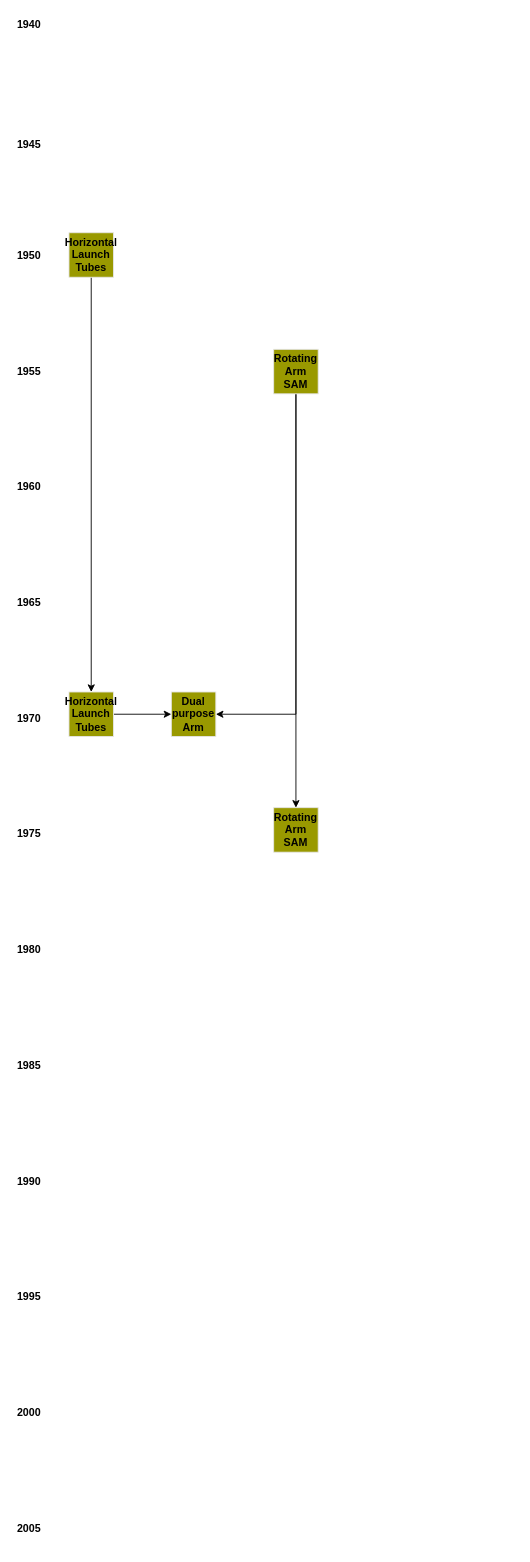
The draw.io diagram page "Page-7" (7 of 9) of CWIC Backup/Polarace Plans/MTG Naval Techs.drawio in swf541/ColdWarIronCurtain, before the edit. Source tidied: cells renumbered, new cells numbered last; positions are measured from the earlier drawing's top-left corner, leaving out a move shared by most shapes. Both pictures are drawn from the tidied source at 89%, with x=0, y=0 at pixel (15, 15).
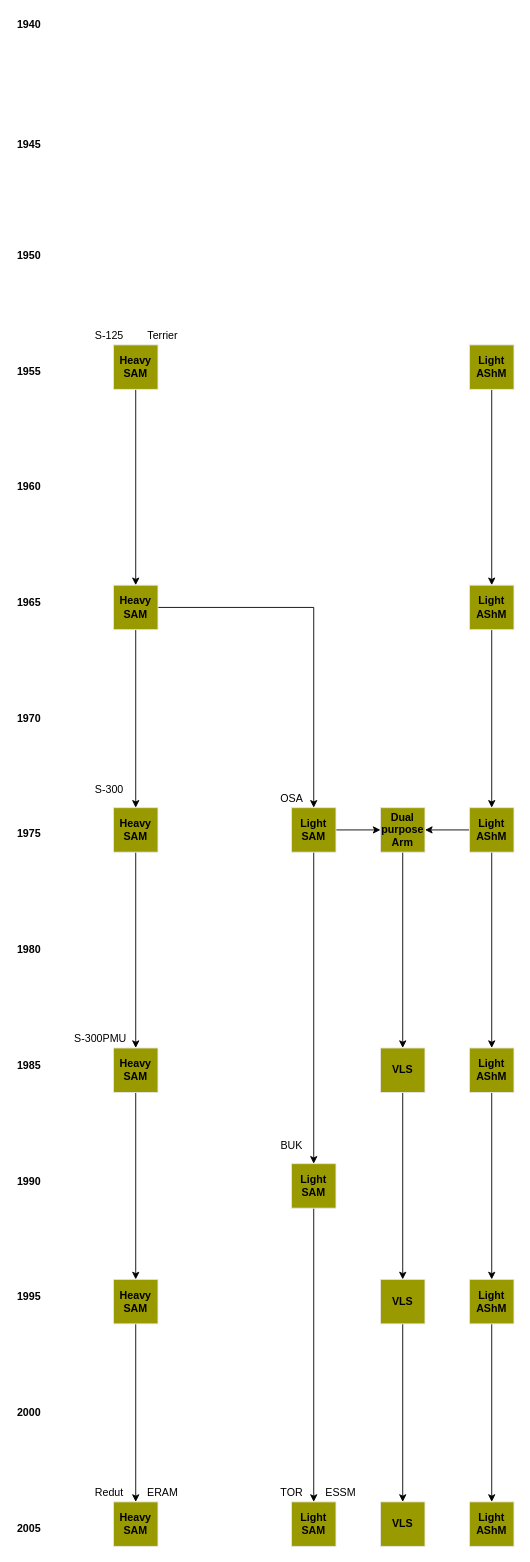
Above is the later version.

The edit, as a diff of the source:
```diff
@@
-    <mxCell id="2" style="edgeStyle=orthogonalEdgeStyle;rounded=0;jettySize=auto;html=1;" parent="1" edge="1" source="3" target="23">
-      <mxGeometry relative="1" as="geometry" />
-    </mxCell>
-    <mxCell id="3" value="Horizontal Launch Tubes" style="rounded=0;whiteSpace=wrap;html=1;strokeColor=#E6E6E6;fillColor=#999900;arcSize=6;fontStyle=1;" parent="1" vertex="1">
-      <mxGeometry x="60" y="244" width="50" height="50" as="geometry" />
-    </mxCell>
-    <mxCell id="4" style="edgeStyle=orthogonalEdgeStyle;rounded=0;jettySize=auto;html=1;entryX=1;entryY=0.5;entryDx=0;entryDy=0;exitX=0.5;exitY=1;exitDx=0;exitDy=0;" parent="1" edge="1" source="6" target="7">
-      <mxGeometry relative="1" as="geometry" />
-    </mxCell>
-    <mxCell id="5" style="edgeStyle=orthogonalEdgeStyle;rounded=0;jettySize=auto;html=1;" parent="1" edge="1" source="6" target="24">
-      <mxGeometry relative="1" as="geometry" />
-    </mxCell>
+    <mxCell id="25" style="edgeStyle=orthogonalEdgeStyle;rounded=0;jettySize=auto;html=1;" parent="1" edge="1" source="6" target="46">
+      <mxGeometry relative="1" as="geometry" />
+    </mxCell>
-    <mxCell id="6" value="Rotating Arm SAM" style="rounded=0;whiteSpace=wrap;html=1;strokeColor=#E6E6E6;fillColor=#999900;arcSize=6;fontStyle=1;" parent="1" vertex="1">
-      <mxGeometry x="290" y="375" width="50" height="50" as="geometry" />
+    <mxCell id="6" value="Heavy SAM" style="rounded=0;whiteSpace=wrap;html=1;strokeColor=#E6E6E6;fillColor=#999900;arcSize=6;fontStyle=1;" parent="1" vertex="1">
+      <mxGeometry x="110" y="370" width="50" height="50" as="geometry" />
     </mxCell>
+    <mxCell id="26" style="edgeStyle=orthogonalEdgeStyle;rounded=0;jettySize=auto;html=1;" parent="1" edge="1" source="7" target="37">
+      <mxGeometry relative="1" as="geometry" />
+    </mxCell>
     <mxCell id="7" value="Dual purpose Arm" style="rounded=0;whiteSpace=wrap;html=1;strokeColor=#E6E6E6;fillColor=#999900;arcSize=6;fontStyle=1;" parent="1" vertex="1">
-      <mxGeometry x="175" y="760" width="50" height="50" as="geometry" />
+      <mxGeometry x="410" y="890" width="50" height="50" as="geometry" />
     </mxCell>
@@
-    <mxCell id="22" style="edgeStyle=orthogonalEdgeStyle;rounded=0;jettySize=auto;html=1;" parent="1" edge="1" source="23" target="7">
-      <mxGeometry relative="1" as="geometry" />
-    </mxCell>
-    <mxCell id="23" value="Horizontal Launch Tubes" style="rounded=0;whiteSpace=wrap;html=1;strokeColor=#E6E6E6;fillColor=#999900;arcSize=6;fontStyle=1;" parent="1" vertex="1">
-      <mxGeometry x="60" y="760" width="50" height="50" as="geometry" />
-    </mxCell>
+    <mxCell id="27" style="edgeStyle=orthogonalEdgeStyle;rounded=0;jettySize=auto;html=1;" parent="1" edge="1" source="24" target="7">
+      <mxGeometry relative="1" as="geometry" />
+    </mxCell>
+    <mxCell id="28" style="edgeStyle=orthogonalEdgeStyle;rounded=0;jettySize=auto;html=1;" parent="1" edge="1" source="24" target="41">
+      <mxGeometry relative="1" as="geometry" />
+    </mxCell>
-    <mxCell id="24" value="Rotating Arm SAM" style="rounded=0;whiteSpace=wrap;html=1;strokeColor=#E6E6E6;fillColor=#999900;arcSize=6;fontStyle=1;" parent="1" vertex="1">
-      <mxGeometry x="290" y="890" width="50" height="50" as="geometry" />
+    <mxCell id="24" value="Light SAM" style="rounded=0;whiteSpace=wrap;html=1;strokeColor=#E6E6E6;fillColor=#999900;arcSize=6;fontStyle=1;" parent="1" vertex="1">
+      <mxGeometry x="310" y="890" width="50" height="50" as="geometry" />
     </mxCell>
+    <mxCell id="29" style="edgeStyle=orthogonalEdgeStyle;rounded=0;jettySize=auto;html=1;" parent="1" edge="1" source="30" target="32">
+      <mxGeometry relative="1" as="geometry" />
+    </mxCell>
+    <mxCell id="30" value="Light AShM" style="rounded=0;whiteSpace=wrap;html=1;strokeColor=#E6E6E6;fillColor=#999900;arcSize=6;fontStyle=1;" parent="1" vertex="1">
+      <mxGeometry x="510" y="370" width="50" height="50" as="geometry" />
+    </mxCell>
+    <mxCell id="31" style="edgeStyle=orthogonalEdgeStyle;rounded=0;jettySize=auto;html=1;" parent="1" edge="1" source="32" target="35">
+      <mxGeometry relative="1" as="geometry" />
+    </mxCell>
+    <mxCell id="32" value="Light AShM" style="rounded=0;whiteSpace=wrap;html=1;strokeColor=#E6E6E6;fillColor=#999900;arcSize=6;fontStyle=1;" parent="1" vertex="1">
+      <mxGeometry x="510" y="640" width="50" height="50" as="geometry" />
+    </mxCell>
+    <mxCell id="33" style="edgeStyle=orthogonalEdgeStyle;rounded=0;jettySize=auto;html=1;entryX=1;entryY=0.5;entryDx=0;entryDy=0;" parent="1" edge="1" source="35" target="7">
+      <mxGeometry relative="1" as="geometry" />
+    </mxCell>
+    <mxCell id="34" style="edgeStyle=orthogonalEdgeStyle;rounded=0;jettySize=auto;html=1;" parent="1" edge="1" source="35" target="39">
+      <mxGeometry relative="1" as="geometry" />
+    </mxCell>
+    <mxCell id="35" value="Light AShM" style="rounded=0;whiteSpace=wrap;html=1;strokeColor=#E6E6E6;fillColor=#999900;arcSize=6;fontStyle=1;" parent="1" vertex="1">
+      <mxGeometry x="510" y="890" width="50" height="50" as="geometry" />
+    </mxCell>
+    <mxCell id="36" style="edgeStyle=orthogonalEdgeStyle;rounded=0;jettySize=auto;html=1;" parent="1" edge="1" source="37" target="43">
+      <mxGeometry relative="1" as="geometry" />
+    </mxCell>
+    <mxCell id="37" value="VLS" style="rounded=0;whiteSpace=wrap;html=1;strokeColor=#E6E6E6;fillColor=#999900;arcSize=6;fontStyle=1;" parent="1" vertex="1">
+      <mxGeometry x="410" y="1160" width="50" height="50" as="geometry" />
+    </mxCell>
+    <mxCell id="38" style="edgeStyle=orthogonalEdgeStyle;rounded=0;jettySize=auto;html=1;" parent="1" edge="1" source="39" target="51">
+      <mxGeometry relative="1" as="geometry" />
+    </mxCell>
+    <mxCell id="39" value="Light AShM" style="rounded=0;whiteSpace=wrap;html=1;strokeColor=#E6E6E6;fillColor=#999900;arcSize=6;fontStyle=1;" parent="1" vertex="1">
+      <mxGeometry x="510" y="1160" width="50" height="50" as="geometry" />
+    </mxCell>
+    <mxCell id="40" style="edgeStyle=orthogonalEdgeStyle;rounded=0;jettySize=auto;html=1;" parent="1" edge="1" source="41" target="52">
+      <mxGeometry relative="1" as="geometry" />
+    </mxCell>
+    <mxCell id="41" value="Light SAM" style="rounded=0;whiteSpace=wrap;html=1;strokeColor=#E6E6E6;fillColor=#999900;arcSize=6;fontStyle=1;" parent="1" vertex="1">
+      <mxGeometry x="310" y="1290" width="50" height="50" as="geometry" />
+    </mxCell>
+    <mxCell id="42" style="edgeStyle=orthogonalEdgeStyle;rounded=0;jettySize=auto;html=1;" parent="1" edge="1" source="43" target="54">
+      <mxGeometry relative="1" as="geometry" />
+    </mxCell>
+    <mxCell id="43" value="VLS" style="rounded=0;whiteSpace=wrap;html=1;strokeColor=#E6E6E6;fillColor=#999900;arcSize=6;fontStyle=1;" parent="1" vertex="1">
+      <mxGeometry x="410" y="1420" width="50" height="50" as="geometry" />
+    </mxCell>
+    <mxCell id="44" style="edgeStyle=orthogonalEdgeStyle;rounded=0;jettySize=auto;html=1;" parent="1" edge="1" source="46" target="48">
+      <mxGeometry relative="1" as="geometry" />
+    </mxCell>
+    <mxCell id="45" style="edgeStyle=orthogonalEdgeStyle;rounded=0;jettySize=auto;html=1;" parent="1" edge="1" source="46" target="24">
+      <mxGeometry relative="1" as="geometry" />
+    </mxCell>
+    <mxCell id="46" value="Heavy SAM" style="rounded=0;whiteSpace=wrap;html=1;strokeColor=#E6E6E6;fillColor=#999900;arcSize=6;fontStyle=1;" parent="1" vertex="1">
+      <mxGeometry x="110" y="640" width="50" height="50" as="geometry" />
+    </mxCell>
+    <mxCell id="47" style="edgeStyle=orthogonalEdgeStyle;rounded=0;jettySize=auto;html=1;" parent="1" edge="1" source="48" target="66">
+      <mxGeometry relative="1" as="geometry" />
+    </mxCell>
+    <mxCell id="48" value="Heavy SAM" style="rounded=0;whiteSpace=wrap;html=1;strokeColor=#E6E6E6;fillColor=#999900;arcSize=6;fontStyle=1;" parent="1" vertex="1">
+      <mxGeometry x="110" y="890" width="50" height="50" as="geometry" />
+    </mxCell>
+    <mxCell id="49" value="Heavy SAM" style="rounded=0;whiteSpace=wrap;html=1;strokeColor=#E6E6E6;fillColor=#999900;arcSize=6;fontStyle=1;" parent="1" vertex="1">
+      <mxGeometry x="110" y="1670" width="50" height="50" as="geometry" />
+    </mxCell>
+    <mxCell id="50" style="edgeStyle=orthogonalEdgeStyle;rounded=0;jettySize=auto;html=1;" parent="1" edge="1" source="51" target="53">
+      <mxGeometry relative="1" as="geometry" />
+    </mxCell>
+    <mxCell id="51" value="Light AShM" style="rounded=0;whiteSpace=wrap;html=1;strokeColor=#E6E6E6;fillColor=#999900;arcSize=6;fontStyle=1;" parent="1" vertex="1">
+      <mxGeometry x="510" y="1420" width="50" height="50" as="geometry" />
+    </mxCell>
+    <mxCell id="52" value="Light SAM" style="rounded=0;whiteSpace=wrap;html=1;strokeColor=#E6E6E6;fillColor=#999900;arcSize=6;fontStyle=1;" parent="1" vertex="1">
+      <mxGeometry x="310" y="1670" width="50" height="50" as="geometry" />
+    </mxCell>
+    <mxCell id="53" value="Light AShM" style="rounded=0;whiteSpace=wrap;html=1;strokeColor=#E6E6E6;fillColor=#999900;arcSize=6;fontStyle=1;" parent="1" vertex="1">
+      <mxGeometry x="510" y="1670" width="50" height="50" as="geometry" />
+    </mxCell>
+    <mxCell id="54" value="VLS" style="rounded=0;whiteSpace=wrap;html=1;strokeColor=#E6E6E6;fillColor=#999900;arcSize=6;fontStyle=1;" parent="1" vertex="1">
+      <mxGeometry x="410" y="1670" width="50" height="50" as="geometry" />
+    </mxCell>
+    <mxCell id="55" value="ERAM" style="text;html=1;align=center;verticalAlign=middle;" parent="1" vertex="1">
+      <mxGeometry x="140" y="1650" width="50" height="20" as="geometry" />
+    </mxCell>
+    <mxCell id="56" value="ESSM" style="text;html=1;align=center;verticalAlign=middle;" parent="1" vertex="1">
+      <mxGeometry x="340" y="1650" width="50" height="20" as="geometry" />
+    </mxCell>
+    <mxCell id="57" value="TOR" style="text;html=1;align=center;verticalAlign=middle;" parent="1" vertex="1">
+      <mxGeometry x="290" y="1650" width="40" height="20" as="geometry" />
+    </mxCell>
+    <mxCell id="58" value="BUK" style="text;html=1;align=center;verticalAlign=middle;" parent="1" vertex="1">
+      <mxGeometry x="290" y="1260" width="40" height="20" as="geometry" />
+    </mxCell>
+    <mxCell id="59" value="OSA" style="text;html=1;align=center;verticalAlign=middle;" parent="1" vertex="1">
+      <mxGeometry x="290" y="870" width="40" height="20" as="geometry" />
+    </mxCell>
+    <mxCell id="60" value="Redut" style="text;html=1;align=center;verticalAlign=middle;" parent="1" vertex="1">
+      <mxGeometry x="80" y="1650" width="50" height="20" as="geometry" />
+    </mxCell>
+    <mxCell id="61" value="S-300PMU" style="text;html=1;align=center;verticalAlign=middle;" parent="1" vertex="1">
+      <mxGeometry x="60" y="1140" width="70" height="20" as="geometry" />
+    </mxCell>
+    <mxCell id="62" value="S-300" style="text;html=1;align=center;verticalAlign=middle;" parent="1" vertex="1">
+      <mxGeometry x="80" y="860" width="50" height="20" as="geometry" />
+    </mxCell>
+    <mxCell id="63" value="Terrier" style="text;html=1;align=center;verticalAlign=middle;" parent="1" vertex="1">
+      <mxGeometry x="140" y="350" width="50" height="20" as="geometry" />
+    </mxCell>
+    <mxCell id="64" value="S-125" style="text;html=1;align=center;verticalAlign=middle;" parent="1" vertex="1">
+      <mxGeometry x="80" y="350" width="50" height="20" as="geometry" />
+    </mxCell>
+    <mxCell id="65" style="edgeStyle=orthogonalEdgeStyle;rounded=0;jettySize=auto;html=1;" parent="1" edge="1" source="66" target="68">
+      <mxGeometry relative="1" as="geometry" />
+    </mxCell>
+    <mxCell id="66" value="Heavy SAM" style="rounded=0;whiteSpace=wrap;html=1;strokeColor=#E6E6E6;fillColor=#999900;arcSize=6;fontStyle=1;" parent="1" vertex="1">
+      <mxGeometry x="110" y="1160" width="50" height="50" as="geometry" />
+    </mxCell>
+    <mxCell id="67" style="edgeStyle=orthogonalEdgeStyle;rounded=0;jettySize=auto;html=1;" parent="1" edge="1" source="68" target="49">
+      <mxGeometry relative="1" as="geometry" />
+    </mxCell>
+    <mxCell id="68" value="Heavy SAM" style="rounded=0;whiteSpace=wrap;html=1;strokeColor=#E6E6E6;fillColor=#999900;arcSize=6;fontStyle=1;" parent="1" vertex="1">
+      <mxGeometry x="110" y="1420" width="50" height="50" as="geometry" />
+    </mxCell>
```
